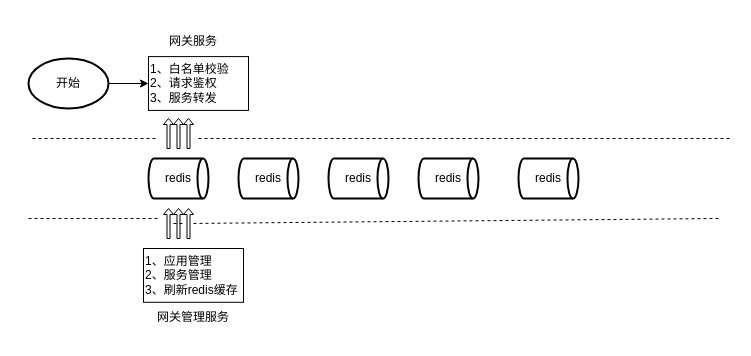
Earlier version of the draw.io diagram 未命名绘图.drawio (liangdengming/diagrams). Source tidied: cells renumbered, new cells numbered last; positions are measured from the earlier drawing's top-left corner, leaving out a move shared by most shapes. Both pictures are drawn from the tidied source at 100%, with x=0, y=0 at pixel (28, 26).
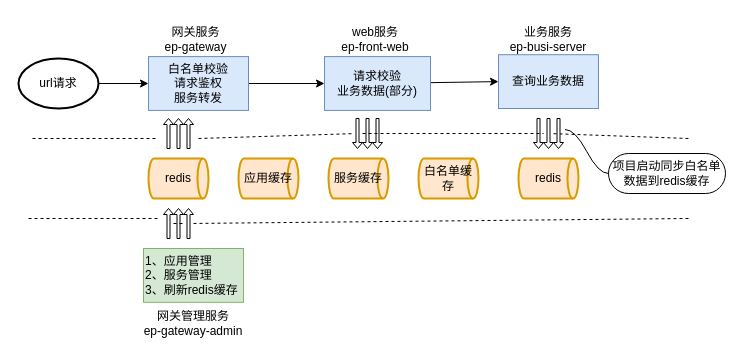
The same page after the edit.

Unchanged cells that the change refers to:
```xml
<mxCell id="24" style="shape=singleArrow;direction=north;whiteSpace=wrap;html=1;" parent="1" vertex="1">
  <mxGeometry x="155" y="182" width="10" height="30" as="geometry" />
</mxCell>
```

The edit, as a diff of the source:
```diff
@@
-    <mxCell id="3" value="开始" style="strokeWidth=2;html=1;shape=mxgraph.flowchart.start_1;whiteSpace=wrap;" parent="1" vertex="1">
-      <mxGeometry y="32" width="80" height="50" as="geometry" />
+    <mxCell id="3" value="url请求" style="strokeWidth=2;html=1;shape=mxgraph.flowchart.start_1;whiteSpace=wrap;" parent="1" vertex="1">
+      <mxGeometry x="-10" y="32" width="80" height="50" as="geometry" />
     </mxCell>
+    <mxCell id="26" style="rounded=0;jettySize=auto;html=1;exitX=1;exitY=0.5;exitDx=0;exitDy=0;entryX=0;entryY=0.5;entryDx=0;entryDy=0;" parent="1" edge="1" source="4" target="28">
+      <mxGeometry relative="1" as="geometry" />
+    </mxCell>
-    <mxCell id="4" value="1、白名单校验&lt;br&gt;2、请求鉴权&lt;br&gt;3、服务转发" style="rounded=0;whiteSpace=wrap;html=1;align=left;" parent="1" vertex="1">
+    <mxCell id="4" value="白名单校验&lt;br&gt;&lt;div style=&quot;&quot;&gt;&lt;span style=&quot;background-color: initial;&quot;&gt;请求鉴权&lt;/span&gt;&lt;/div&gt;服务转发" style="rounded=0;whiteSpace=wrap;html=1;align=center;fillColor=#dae8fc;strokeColor=#6c8ebf;" parent="1" vertex="1">
       <mxGeometry x="120" y="30.1" width="100" height="53.8" as="geometry" />
     </mxCell>
-    <mxCell id="5" value="网关服务" style="text;html=1;strokeColor=none;fillColor=none;align=center;verticalAlign=middle;whiteSpace=wrap;rounded=0;" parent="1" vertex="1">
-      <mxGeometry x="135" y="0.1" width="60" height="30" as="geometry" />
+    <mxCell id="5" value="网关服务&lt;br&gt;ep-gateway" style="text;html=1;strokeColor=none;fillColor=none;align=center;verticalAlign=middle;whiteSpace=wrap;rounded=0;" parent="1" vertex="1">
+      <mxGeometry x="120" y="-1.8" width="95" height="30" as="geometry" />
     </mxCell>
-    <mxCell id="6" style="endArrow=none;html=1;rounded=0;dashed=1;startArrow=none;" parent="1" edge="1">
+    <mxCell id="6" style="endArrow=none;html=1;rounded=0;dashed=1;startArrow=none;" parent="1" edge="1" source="41">
       <mxGeometry relative="1" as="geometry">
-        <mxPoint x="170" y="112" as="sourcePoint" />
-        <mxPoint x="704" y="112" as="targetPoint" />
+        <mxPoint x="660" y="112" as="targetPoint" />
       </mxGeometry>
     </mxCell>
-    <mxCell id="7" value="redis" style="strokeWidth=2;html=1;shape=mxgraph.flowchart.direct_data;whiteSpace=wrap;" parent="1" vertex="1">
+    <mxCell id="7" value="redis" style="strokeWidth=2;html=1;shape=mxgraph.flowchart.direct_data;whiteSpace=wrap;fillColor=#ffe6cc;strokeColor=#d79b00;" parent="1" vertex="1">
       <mxGeometry x="120" y="132" width="60" height="40" as="geometry" />
     </mxCell>
-    <mxCell id="8" value="redis" style="strokeWidth=2;html=1;shape=mxgraph.flowchart.direct_data;whiteSpace=wrap;" parent="1" vertex="1">
+    <mxCell id="8" value="应用缓存" style="strokeWidth=2;html=1;shape=mxgraph.flowchart.direct_data;whiteSpace=wrap;fillColor=#ffe6cc;strokeColor=#d79b00;" parent="1" vertex="1">
       <mxGeometry x="210" y="132" width="60" height="40" as="geometry" />
     </mxCell>
-    <mxCell id="9" value="redis" style="strokeWidth=2;html=1;shape=mxgraph.flowchart.direct_data;whiteSpace=wrap;" parent="1" vertex="1">
+    <mxCell id="9" value="服务缓存" style="strokeWidth=2;html=1;shape=mxgraph.flowchart.direct_data;whiteSpace=wrap;fillColor=#ffe6cc;strokeColor=#d79b00;" parent="1" vertex="1">
       <mxGeometry x="300" y="132" width="60" height="40" as="geometry" />
     </mxCell>
-    <mxCell id="10" value="redis" style="strokeWidth=2;html=1;shape=mxgraph.flowchart.direct_data;whiteSpace=wrap;" parent="1" vertex="1">
+    <mxCell id="10" value="白名单缓存" style="strokeWidth=2;html=1;shape=mxgraph.flowchart.direct_data;whiteSpace=wrap;fillColor=#ffe6cc;strokeColor=#d79b00;" parent="1" vertex="1">
       <mxGeometry x="390" y="132" width="60" height="40" as="geometry" />
     </mxCell>
-    <mxCell id="11" value="redis" style="strokeWidth=2;html=1;shape=mxgraph.flowchart.direct_data;whiteSpace=wrap;" parent="1" vertex="1">
+    <mxCell id="11" value="redis" style="strokeWidth=2;html=1;shape=mxgraph.flowchart.direct_data;whiteSpace=wrap;fillColor=#ffe6cc;strokeColor=#d79b00;" parent="1" vertex="1">
       <mxGeometry x="490" y="132" width="60" height="40" as="geometry" />
     </mxCell>
@@
     <mxCell id="18" style="endArrow=none;html=1;rounded=0;dashed=1;startArrow=none;" parent="1" edge="1" source="24">
       <mxGeometry relative="1" as="geometry">
-        <mxPoint x="690" y="192" as="targetPoint" />
+        <mxPoint x="660" y="192" as="targetPoint" />
       </mxGeometry>
     </mxCell>
-    <mxCell id="19" value="1、应用管理&lt;br&gt;2、服务管理&lt;br&gt;3、刷新redis缓存" style="rounded=0;whiteSpace=wrap;html=1;align=left;" parent="1" vertex="1">
+    <mxCell id="19" value="1、应用管理&lt;br&gt;2、服务管理&lt;br&gt;3、刷新redis缓存" style="rounded=0;whiteSpace=wrap;html=1;align=left;fillColor=#d5e8d4;strokeColor=#82b366;" parent="1" vertex="1">
       <mxGeometry x="115" y="222" width="100" height="53.8" as="geometry" />
     </mxCell>
@@
-    <mxCell id="25" value="网关管理服务" style="text;html=1;strokeColor=none;fillColor=none;align=center;verticalAlign=middle;whiteSpace=wrap;rounded=0;" parent="1" vertex="1">
-      <mxGeometry x="120" y="275.8" width="90" height="30" as="geometry" />
+    <mxCell id="25" value="网关管理服务&lt;br&gt;ep-gateway-admin" style="text;html=1;strokeColor=none;fillColor=none;align=center;verticalAlign=middle;whiteSpace=wrap;rounded=0;" parent="1" vertex="1">
+      <mxGeometry x="100" y="282" width="130" height="30" as="geometry" />
     </mxCell>
+    <mxCell id="27" style="edgeStyle=none;rounded=0;jettySize=auto;html=1;entryX=0;entryY=0.5;entryDx=0;entryDy=0;" parent="1" edge="1" source="28" target="29">
+      <mxGeometry relative="1" as="geometry" />
+    </mxCell>
+    <mxCell id="28" value="请求校验&lt;br&gt;业务数据(部分)" style="rounded=0;whiteSpace=wrap;html=1;align=center;fillColor=#dae8fc;strokeColor=#6c8ebf;" parent="1" vertex="1">
+      <mxGeometry x="296" y="30.1" width="106" height="53.8" as="geometry" />
+    </mxCell>
+    <mxCell id="29" value="查询业务数据" style="rounded=0;whiteSpace=wrap;html=1;align=center;fillColor=#dae8fc;strokeColor=#6c8ebf;" parent="1" vertex="1">
+      <mxGeometry x="470" y="28.2" width="100" height="53.8" as="geometry" />
+    </mxCell>
+    <mxCell id="30" value="web服务&lt;br&gt;ep-front-web" style="text;html=1;strokeColor=none;fillColor=none;align=center;verticalAlign=middle;whiteSpace=wrap;rounded=0;" parent="1" vertex="1">
+      <mxGeometry x="304" y="-1.8" width="86" height="30" as="geometry" />
+    </mxCell>
+    <mxCell id="31" value="业务服务&lt;br&gt;ep-busi-server" style="text;html=1;strokeColor=none;fillColor=none;align=center;verticalAlign=middle;whiteSpace=wrap;rounded=0;" parent="1" vertex="1">
+      <mxGeometry x="470" y="-1.8" width="100" height="30" as="geometry" />
+    </mxCell>
+    <mxCell id="32" value="项目启动同步白名单数据到redis缓存" style="whiteSpace=wrap;html=1;rounded=1;arcSize=50;align=center;verticalAlign=middle;strokeWidth=1;spacing=4;newEdgeStyle={&quot;edgeStyle&quot;:&quot;entityRelationEdgeStyle&quot;,&quot;startArrow&quot;:&quot;none&quot;,&quot;endArrow&quot;:&quot;none&quot;,&quot;segment&quot;:10,&quot;curved&quot;:1,&quot;sourcePerimeterSpacing&quot;:0,&quot;targetPerimeterSpacing&quot;:0};" parent="1" vertex="1">
+      <mxGeometry x="580" y="127" width="117" height="40" as="geometry" />
+    </mxCell>
+    <mxCell id="33" style="edgeStyle=entityRelationEdgeStyle;startArrow=none;endArrow=none;segment=10;curved=1;sourcePerimeterSpacing=0;targetPerimeterSpacing=0;rounded=0;exitX=0;exitY=0;exitDx=16;exitDy=3.5;exitPerimeter=0;" parent="1" edge="1" target="32">
+      <mxGeometry relative="1" as="geometry">
+        <mxPoint x="536.5" y="103" as="sourcePoint" />
+      </mxGeometry>
+    </mxCell>
+    <mxCell id="34" style="endArrow=none;html=1;rounded=0;dashed=1;startArrow=none;" parent="1" edge="1" target="35">
+      <mxGeometry relative="1" as="geometry">
+        <mxPoint x="170" y="112" as="sourcePoint" />
+      </mxGeometry>
+    </mxCell>
+    <mxCell id="35" style="shape=singleArrow;direction=south;whiteSpace=wrap;html=1;" parent="1" vertex="1">
+      <mxGeometry x="324" y="92" width="10" height="30" as="geometry" />
+    </mxCell>
+    <mxCell id="36" style="shape=singleArrow;direction=south;whiteSpace=wrap;html=1;" parent="1" vertex="1">
+      <mxGeometry x="334" y="92" width="10" height="30" as="geometry" />
+    </mxCell>
+    <mxCell id="37" style="shape=singleArrow;direction=south;whiteSpace=wrap;html=1;" parent="1" vertex="1">
+      <mxGeometry x="344" y="92" width="10" height="30" as="geometry" />
+    </mxCell>
+    <mxCell id="38" style="edgeStyle=none;rounded=0;orthogonalLoop=1;jettySize=auto;html=1;exitX=0.5;exitY=0;exitDx=0;exitDy=0;" parent="1" edge="1" source="30" target="30">
+      <mxGeometry relative="1" as="geometry" />
+    </mxCell>
+    <mxCell id="39" style="shape=singleArrow;direction=south;whiteSpace=wrap;html=1;" parent="1" vertex="1">
+      <mxGeometry x="505" y="92" width="10" height="30" as="geometry" />
+    </mxCell>
+    <mxCell id="40" style="endArrow=none;html=1;rounded=0;dashed=1;startArrow=none;" parent="1" edge="1" source="35" target="41">
+      <mxGeometry relative="1" as="geometry" />
+    </mxCell>
+    <mxCell id="41" style="shape=singleArrow;direction=south;whiteSpace=wrap;html=1;" parent="1" vertex="1">
+      <mxGeometry x="515" y="92" width="10" height="30" as="geometry" />
+    </mxCell>
+    <mxCell id="42" style="shape=singleArrow;direction=south;whiteSpace=wrap;html=1;" parent="1" vertex="1">
+      <mxGeometry x="525" y="92" width="10" height="30" as="geometry" />
+    </mxCell>
```
